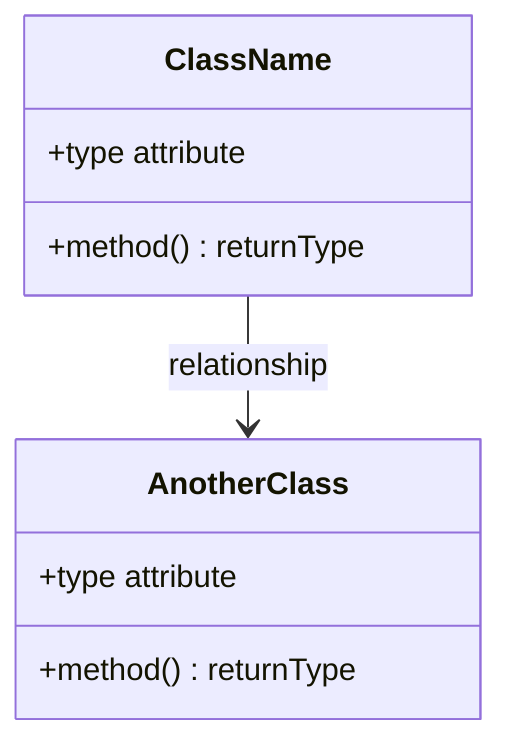
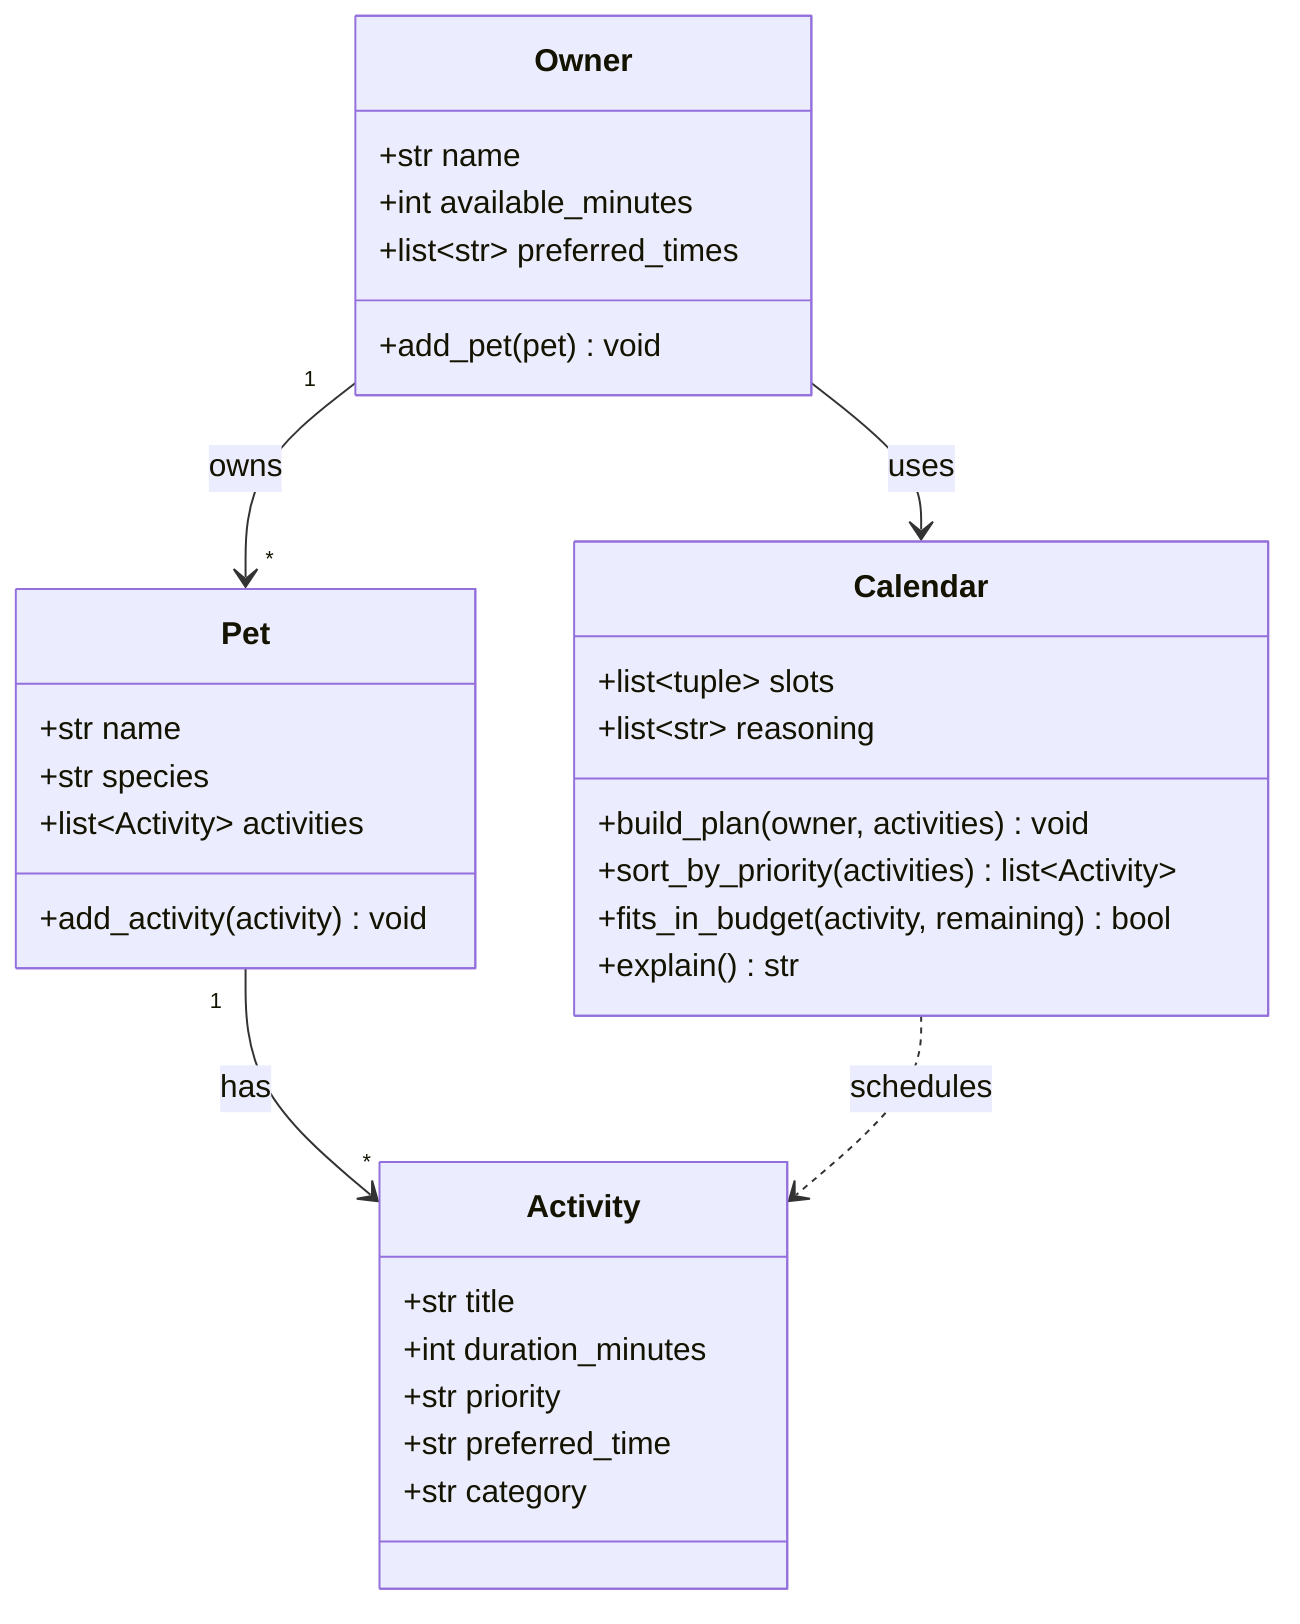
classDiagram
-     %% Replace the placeholders below with your actual classes, attributes, methods, and relationships.
+     %% PawPal+ class diagram (4 classes)
    %% Keep this file updated so it matches your final implementation.

-     class ClassName {
-         +type attribute
-         +method() returnType
+     class Owner {
+         +str name
+         +int available_minutes
+         +list~str~ preferred_times
+         +add_pet(pet) void
    }

-     class AnotherClass {
-         +type attribute
-         +method() returnType
+     class Pet {
+         +str name
+         +str species
+         +list~Activity~ activities
+         +add_activity(activity) void
    }

-     ClassName --> AnotherClass : relationship
+     class Activity {
+         +str title
+         +int duration_minutes
+         +str priority
+         +str preferred_time
+         +str category
+     }
+ 
+     class Calendar {
+         +list~tuple~ slots
+         +list~str~ reasoning
+         +build_plan(owner, activities) void
+         +sort_by_priority(activities) list~Activity~
+         +fits_in_budget(activity, remaining) bool
+         +explain() str
+     }
+ 
+     Owner "1" --> "*" Pet : owns
+     Pet "1" --> "*" Activity : has
+     Owner --> Calendar : uses
+     Calendar ..> Activity : schedules
